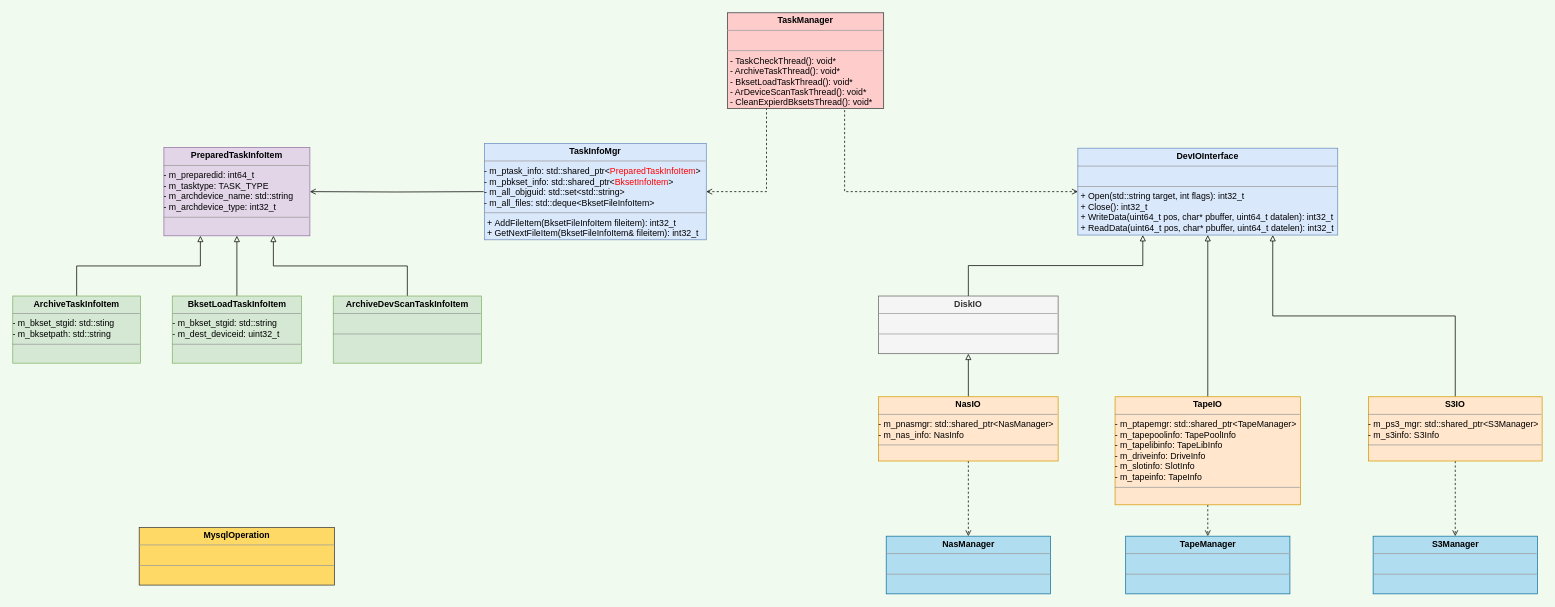
This is page "类图" (3 of 6) of 02-unary_work/01-黑方6.8版本归档模块/归档服务模块sync_server原理图.drawio from chenzhaoguo/UML, a draw.io file, before an edit. Source tidied: cells renumbered, new cells numbered last; positions are measured from the earlier drawing's top-left corner, leaving out a move shared by most shapes. Both pictures are drawn from the tidied source at 73%, with x=0, y=0 at pixel (12, 12).
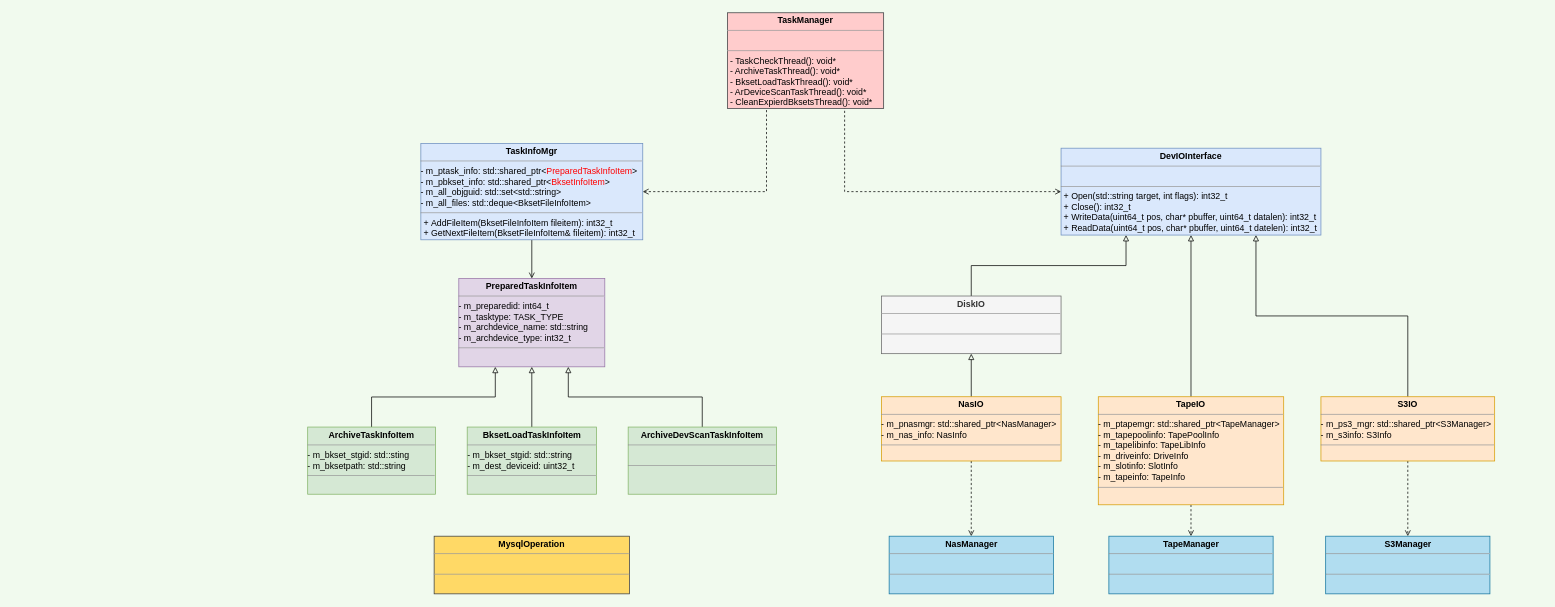
The same page after the edit.

Commit message:
调整6.8归档类图

What changed in the source:
```diff
@@
-    <mxCell id="4" style="edgeStyle=orthogonalEdgeStyle;rounded=0;jettySize=auto;html=1;entryX=1;entryY=0.5;entryDx=0;entryDy=0;fontColor=#7EA6E0;startArrow=none;startFill=0;endArrow=open;endFill=0;" parent="1" edge="1" target="6">
-      <mxGeometry relative="1" as="geometry">
-        <mxPoint x="645" y="245" as="sourcePoint" />
-      </mxGeometry>
+    <mxCell id="4" style="edgeStyle=orthogonalEdgeStyle;rounded=0;jettySize=auto;html=1;entryX=0.5;entryY=0;entryDx=0;entryDy=0;fontColor=#7EA6E0;startArrow=none;startFill=0;endArrow=open;endFill=0;exitX=0.5;exitY=1;exitDx=0;exitDy=0;" parent="1" edge="1" source="5" target="6">
+      <mxGeometry relative="1" as="geometry" />
     </mxCell>
     <mxCell id="5" value="&lt;p style=&quot;margin:0px;margin-top:4px;text-align:center;&quot;&gt;&lt;b&gt;TaskInfoMgr&lt;/b&gt;&lt;/p&gt;&lt;hr size=&quot;1&quot;&gt;&lt;p style=&quot;margin:0px;margin-left:4px;&quot;&gt;&lt;/p&gt;- m_ptask_info:&amp;nbsp;&lt;span style=&quot;background-color: initial;&quot;&gt;std::shared_ptr&amp;lt;&lt;font color=&quot;#ff0000&quot;&gt;PreparedTaskInfoItem&lt;/font&gt;&amp;gt;&lt;br&gt;&lt;/span&gt;- m_pbkset_info:&amp;nbsp;std::shared_ptr&amp;lt;&lt;font color=&quot;#ff0000&quot;&gt;BksetInfoItem&lt;/font&gt;&amp;gt;&lt;br&gt;- m_all_objguid:&amp;nbsp;std::set&amp;lt;std::string&amp;gt;&lt;br&gt;- m_all_files:&amp;nbsp;std::deque&amp;lt;BksetFileInfoItem&amp;gt;&lt;br&gt;&lt;hr size=&quot;1&quot;&gt;&lt;p style=&quot;margin:0px;margin-left:4px;&quot;&gt;+&amp;nbsp;AddFileItem(BksetFileInfoItem&amp;nbsp;fileitem): int32_t&lt;/p&gt;&lt;p style=&quot;margin:0px;margin-left:4px;&quot;&gt;+&amp;nbsp;GetNextFileItem(BksetFileInfoItem&amp;amp; fileitem): int32_t&lt;/p&gt;" style="verticalAlign=top;align=left;overflow=fill;fontSize=12;fontFamily=Helvetica;html=1;strokeWidth=1;fillColor=#dae8fc;strokeColor=#6c8ebf;rounded=0;" parent="1" vertex="1">
-      <mxGeometry x="646" y="179" width="304" height="132" as="geometry" />
+      <mxGeometry x="559" y="179" width="304" height="132" as="geometry" />
     </mxCell>
     <mxCell id="6" value="&lt;p style=&quot;margin:0px;margin-top:4px;text-align:center;&quot;&gt;&lt;b style=&quot;background-color: initial;&quot;&gt;PreparedTaskInfoItem&lt;/b&gt;&lt;br&gt;&lt;/p&gt;&lt;hr size=&quot;1&quot;&gt;&lt;p style=&quot;margin:0px;margin-left:4px;&quot;&gt;&lt;/p&gt;- m_preparedid:&amp;nbsp;int64_t&lt;span style=&quot;background-color: initial;&quot;&gt;&lt;br&gt;&lt;/span&gt;- m_tasktype:&amp;nbsp;TASK_TYPE&lt;br&gt;- m_archdevice_name:&amp;nbsp;std::string&lt;br&gt;- m_archdevice_type:&amp;nbsp;int32_t&lt;br&gt;&lt;hr size=&quot;1&quot;&gt;&lt;p style=&quot;margin:0px;margin-left:4px;&quot;&gt;&lt;br&gt;&lt;/p&gt;" style="verticalAlign=top;align=left;overflow=fill;fontSize=12;fontFamily=Helvetica;html=1;strokeWidth=1;fillColor=#e1d5e7;strokeColor=#9673a6;rounded=0;" parent="1" vertex="1">
-      <mxGeometry x="207" y="184.5" width="200" height="121" as="geometry" />
+      <mxGeometry x="611" y="364" width="200" height="121" as="geometry" />
     </mxCell>
@@
     <mxCell id="8" value="&lt;p style=&quot;margin:0px;margin-top:4px;text-align:center;&quot;&gt;&lt;b style=&quot;background-color: initial;&quot;&gt;BksetLoadTaskInfoItem&lt;/b&gt;&lt;br&gt;&lt;/p&gt;&lt;hr size=&quot;1&quot;&gt;&lt;p style=&quot;margin:0px;margin-left:4px;&quot;&gt;&lt;/p&gt;-&amp;nbsp;m_bkset_stgid: std::string&lt;br&gt;-&amp;nbsp;m_dest_deviceid: uint32_t&lt;br&gt;&lt;hr size=&quot;1&quot;&gt;&lt;p style=&quot;margin:0px;margin-left:4px;&quot;&gt;&lt;br&gt;&lt;/p&gt;" style="verticalAlign=top;align=left;overflow=fill;fontSize=12;fontFamily=Helvetica;html=1;strokeWidth=1;fillColor=#d5e8d4;strokeColor=#82b366;rounded=0;" parent="1" vertex="1">
-      <mxGeometry x="218.5" y="388" width="177" height="92" as="geometry" />
+      <mxGeometry x="622.5" y="567.5" width="177" height="92" as="geometry" />
     </mxCell>
@@
     <mxCell id="10" value="&lt;p style=&quot;margin:0px;margin-top:4px;text-align:center;&quot;&gt;&lt;b style=&quot;background-color: initial;&quot;&gt;ArchiveTaskInfoItem&lt;/b&gt;&lt;br&gt;&lt;/p&gt;&lt;hr size=&quot;1&quot;&gt;&lt;p style=&quot;margin:0px;margin-left:4px;&quot;&gt;&lt;/p&gt;-&amp;nbsp;m_bkset_stgid: std::sting&lt;br&gt;-&amp;nbsp;m_bksetpath: std::string&lt;br&gt;&lt;hr size=&quot;1&quot;&gt;&lt;p style=&quot;margin:0px;margin-left:4px;&quot;&gt;&lt;br&gt;&lt;/p&gt;" style="verticalAlign=top;align=left;overflow=fill;fontSize=12;fontFamily=Helvetica;html=1;strokeWidth=1;fillColor=#d5e8d4;strokeColor=#82b366;rounded=0;" parent="1" vertex="1">
-      <mxGeometry y="388" width="175" height="92" as="geometry" />
+      <mxGeometry x="404" y="567.5" width="175" height="92" as="geometry" />
     </mxCell>
@@
     <mxCell id="12" value="&lt;p style=&quot;margin:0px;margin-top:4px;text-align:center;&quot;&gt;&lt;b style=&quot;background-color: initial;&quot;&gt;ArchiveDevScanTaskInfoItem&lt;/b&gt;&lt;br&gt;&lt;/p&gt;&lt;hr size=&quot;1&quot;&gt;&lt;p style=&quot;margin:0px;margin-left:4px;&quot;&gt;&lt;/p&gt;&lt;br&gt;&lt;hr size=&quot;1&quot;&gt;&lt;p style=&quot;margin:0px;margin-left:4px;&quot;&gt;&lt;br&gt;&lt;/p&gt;" style="verticalAlign=top;align=left;overflow=fill;fontSize=12;fontFamily=Helvetica;html=1;strokeWidth=1;fillColor=#d5e8d4;strokeColor=#82b366;rounded=0;" parent="1" vertex="1">
-      <mxGeometry x="439" y="388" width="203" height="92" as="geometry" />
+      <mxGeometry x="843" y="567.5" width="203" height="92" as="geometry" />
     </mxCell>
@@
     <mxCell id="14" value="&lt;p style=&quot;margin:0px;margin-top:4px;text-align:center;&quot;&gt;&lt;b&gt;DevIOInterface&lt;/b&gt;&lt;br&gt;&lt;/p&gt;&lt;hr size=&quot;1&quot;&gt;&lt;p style=&quot;margin:0px;margin-left:4px;&quot;&gt;&lt;/p&gt;&lt;br&gt;&lt;hr size=&quot;1&quot;&gt;&lt;p style=&quot;margin:0px;margin-left:4px;&quot;&gt;+ Open(std::string target, int flags): int32_t&lt;/p&gt;&lt;p style=&quot;margin:0px;margin-left:4px;&quot;&gt;+ Close(): int32_t&lt;/p&gt;&lt;p style=&quot;margin:0px;margin-left:4px;&quot;&gt;+&amp;nbsp;WriteData(uint64_t pos, char* pbuffer, uint64_t datalen): int32_t&lt;/p&gt;&lt;p style=&quot;margin:0px;margin-left:4px;&quot;&gt;+ ReadData(uint64_t pos, char* pbuffer, uint64_t datelen): int32_t&lt;br&gt;&lt;/p&gt;" style="verticalAlign=top;align=left;overflow=fill;fontSize=12;fontFamily=Helvetica;html=1;strokeWidth=1;fillColor=#dae8fc;strokeColor=#6c8ebf;rounded=0;" parent="1" vertex="1">
-      <mxGeometry x="1459" y="185.5" width="356" height="119" as="geometry" />
+      <mxGeometry x="1436" y="185.5" width="356" height="119" as="geometry" />
     </mxCell>
@@
     <mxCell id="17" value="&lt;p style=&quot;margin:0px;margin-top:4px;text-align:center;&quot;&gt;&lt;b style=&quot;background-color: initial;&quot;&gt;TapeIO&lt;/b&gt;&lt;br&gt;&lt;/p&gt;&lt;hr size=&quot;1&quot;&gt;&lt;p style=&quot;margin:0px;margin-left:4px;&quot;&gt;&lt;/p&gt;- m_ptapemgr:&amp;nbsp;std::shared_ptr&amp;lt;TapeManager&amp;gt;&amp;nbsp;&lt;br&gt;-&amp;nbsp;m_tapepoolinfo:&amp;nbsp;TapePoolInfo&lt;br&gt;-&amp;nbsp;m_tapelibinfo:&amp;nbsp;TapeLibInfo&lt;br&gt;-&amp;nbsp;m_driveinfo:&amp;nbsp;DriveInfo&lt;br&gt;-&amp;nbsp;m_slotinfo:&amp;nbsp;SlotInfo&lt;br&gt;-&amp;nbsp;m_tapeinfo:&amp;nbsp;TapeInfo &amp;nbsp;&amp;nbsp;&lt;br&gt;&lt;hr size=&quot;1&quot;&gt;&lt;p style=&quot;margin:0px;margin-left:4px;&quot;&gt;&lt;br&gt;&lt;/p&gt;" style="verticalAlign=top;align=left;overflow=fill;fontSize=12;fontFamily=Helvetica;html=1;strokeWidth=1;fillColor=#ffe6cc;strokeColor=#d79b00;rounded=0;" parent="1" vertex="1">
-      <mxGeometry x="1510" y="526" width="254" height="148" as="geometry" />
+      <mxGeometry x="1487" y="526" width="254" height="148" as="geometry" />
     </mxCell>
@@
     <mxCell id="19" value="&lt;p style=&quot;margin:0px;margin-top:4px;text-align:center;&quot;&gt;&lt;b style=&quot;background-color: initial;&quot;&gt;DiskIO&lt;/b&gt;&lt;br&gt;&lt;/p&gt;&lt;hr size=&quot;1&quot;&gt;&lt;p style=&quot;margin:0px;margin-left:4px;&quot;&gt;&lt;/p&gt;&lt;br&gt;&lt;hr size=&quot;1&quot;&gt;&lt;p style=&quot;margin:0px;margin-left:4px;&quot;&gt;&lt;br&gt;&lt;/p&gt;" style="verticalAlign=top;align=left;overflow=fill;fontSize=12;fontFamily=Helvetica;html=1;strokeWidth=1;fillColor=#f5f5f5;strokeColor=#666666;rounded=0;fontColor=#333333;" parent="1" vertex="1">
-      <mxGeometry x="1186" y="388" width="246" height="79" as="geometry" />
+      <mxGeometry x="1190" y="388" width="246" height="79" as="geometry" />
     </mxCell>
@@
     <mxCell id="22" value="&lt;p style=&quot;margin:0px;margin-top:4px;text-align:center;&quot;&gt;&lt;b style=&quot;background-color: initial;&quot;&gt;S3IO&lt;/b&gt;&lt;br&gt;&lt;/p&gt;&lt;hr size=&quot;1&quot;&gt;&lt;p style=&quot;margin:0px;margin-left:4px;&quot;&gt;&lt;/p&gt;-&amp;nbsp;m_ps3_mgr:&amp;nbsp;std::shared_ptr&amp;lt;S3Manager&amp;gt;&lt;br&gt;-&amp;nbsp;m_s3info:&amp;nbsp;S3Info&lt;br&gt;&lt;hr size=&quot;1&quot;&gt;&lt;p style=&quot;margin:0px;margin-left:4px;&quot;&gt;&lt;br&gt;&lt;/p&gt;" style="verticalAlign=top;align=left;overflow=fill;fontSize=12;fontFamily=Helvetica;html=1;strokeWidth=1;fillColor=#ffe6cc;strokeColor=#d79b00;rounded=0;" parent="1" vertex="1">
-      <mxGeometry x="1857" y="526" width="238" height="88" as="geometry" />
+      <mxGeometry x="1792" y="526" width="238" height="88" as="geometry" />
     </mxCell>
@@
     <mxCell id="25" value="&lt;p style=&quot;margin:0px;margin-top:4px;text-align:center;&quot;&gt;&lt;b style=&quot;background-color: initial;&quot;&gt;NasIO&lt;/b&gt;&lt;br&gt;&lt;/p&gt;&lt;hr size=&quot;1&quot;&gt;&lt;p style=&quot;margin:0px;margin-left:4px;&quot;&gt;&lt;/p&gt;-&amp;nbsp;m_pnasmgr:&amp;nbsp;std::shared_ptr&amp;lt;NasManager&amp;gt;&lt;br&gt;-&amp;nbsp;m_nas_info:&amp;nbsp;NasInfo&lt;br&gt;&lt;hr size=&quot;1&quot;&gt;&lt;p style=&quot;margin:0px;margin-left:4px;&quot;&gt;&lt;br&gt;&lt;/p&gt;" style="verticalAlign=top;align=left;overflow=fill;fontSize=12;fontFamily=Helvetica;html=1;strokeWidth=1;fillColor=#ffe6cc;strokeColor=#d79b00;rounded=0;" parent="1" vertex="1">
-      <mxGeometry x="1186" y="526" width="246" height="88" as="geometry" />
+      <mxGeometry x="1190" y="526" width="246" height="88" as="geometry" />
     </mxCell>
     <mxCell id="26" value="&lt;p style=&quot;margin:0px;margin-top:4px;text-align:center;&quot;&gt;&lt;b&gt;TapeManager&lt;/b&gt;&lt;/p&gt;&lt;hr size=&quot;1&quot;&gt;&lt;p style=&quot;margin:0px;margin-left:4px;&quot;&gt;&lt;/p&gt;&amp;nbsp; &amp;nbsp;&lt;br&gt;&lt;hr size=&quot;1&quot;&gt;&lt;p style=&quot;margin:0px;margin-left:4px;&quot;&gt;&lt;br&gt;&lt;/p&gt;" style="verticalAlign=top;align=left;overflow=fill;fontSize=12;fontFamily=Helvetica;html=1;strokeWidth=1;fillColor=#b1ddf0;strokeColor=#10739e;rounded=0;" parent="1" vertex="1">
-      <mxGeometry x="1524.5" y="717" width="225" height="79" as="geometry" />
+      <mxGeometry x="1501.5" y="717" width="225" height="79" as="geometry" />
     </mxCell>
     <mxCell id="27" value="&lt;p style=&quot;margin:0px;margin-top:4px;text-align:center;&quot;&gt;&lt;b&gt;MysqlOperation&lt;/b&gt;&lt;/p&gt;&lt;hr size=&quot;1&quot;&gt;&lt;p style=&quot;margin:0px;margin-left:4px;&quot;&gt;&lt;/p&gt;&amp;nbsp; &amp;nbsp;&lt;br&gt;&lt;hr size=&quot;1&quot;&gt;&lt;p style=&quot;margin:0px;margin-left:4px;&quot;&gt;&lt;br&gt;&lt;/p&gt;" style="verticalAlign=top;align=left;overflow=fill;fontSize=12;fontFamily=Helvetica;html=1;strokeWidth=1;fillColor=#FFD966;strokeColor=#36393d;rounded=0;" parent="1" vertex="1">
-      <mxGeometry x="173.2" y="705" width="267.5" height="79" as="geometry" />
+      <mxGeometry x="577.2" y="717" width="267.5" height="79" as="geometry" />
     </mxCell>
     <mxCell id="28" value="&lt;p style=&quot;margin:0px;margin-top:4px;text-align:center;&quot;&gt;&lt;b&gt;S3Manager&lt;/b&gt;&lt;/p&gt;&lt;hr size=&quot;1&quot;&gt;&lt;p style=&quot;margin:0px;margin-left:4px;&quot;&gt;&lt;/p&gt;&amp;nbsp; &amp;nbsp;&lt;br&gt;&lt;hr size=&quot;1&quot;&gt;&lt;p style=&quot;margin:0px;margin-left:4px;&quot;&gt;&lt;br&gt;&lt;/p&gt;" style="verticalAlign=top;align=left;overflow=fill;fontSize=12;fontFamily=Helvetica;html=1;strokeWidth=1;fillColor=#b1ddf0;strokeColor=#10739e;rounded=0;" parent="1" vertex="1">
-      <mxGeometry x="1863.5" y="717" width="225" height="79" as="geometry" />
+      <mxGeometry x="1798.5" y="717" width="225" height="79" as="geometry" />
     </mxCell>
     <mxCell id="29" value="&lt;p style=&quot;margin:0px;margin-top:4px;text-align:center;&quot;&gt;&lt;b&gt;NasManager&lt;/b&gt;&lt;/p&gt;&lt;hr size=&quot;1&quot;&gt;&lt;p style=&quot;margin:0px;margin-left:4px;&quot;&gt;&lt;/p&gt;&amp;nbsp; &amp;nbsp;&lt;br&gt;&lt;hr size=&quot;1&quot;&gt;&lt;p style=&quot;margin:0px;margin-left:4px;&quot;&gt;&lt;br&gt;&lt;/p&gt;" style="verticalAlign=top;align=left;overflow=fill;fontSize=12;fontFamily=Helvetica;html=1;strokeWidth=1;fillColor=#b1ddf0;strokeColor=#10739e;rounded=0;" parent="1" vertex="1">
-      <mxGeometry x="1196.5" y="717" width="225" height="79" as="geometry" />
+      <mxGeometry x="1200.5" y="717" width="225" height="79" as="geometry" />
     </mxCell>
```
